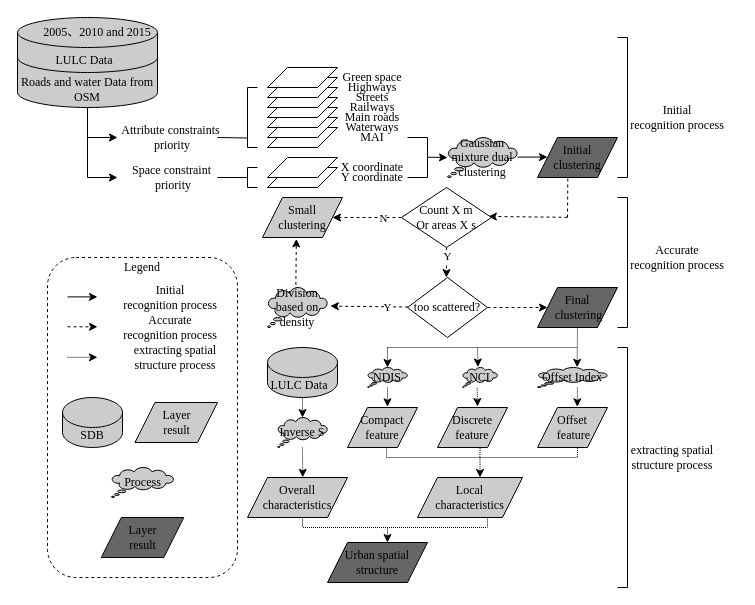
Before: Untitled Diagram.drawio in xiaotongtongxue/flowChar, a draw.io diagram. Source tidied: cells renumbered, new cells numbered last; positions are measured from the earlier drawing's top-left corner, leaving out a move shared by most shapes. Both pictures are drawn from the tidied source at 100%, with x=0, y=0 at pixel (17, 17).
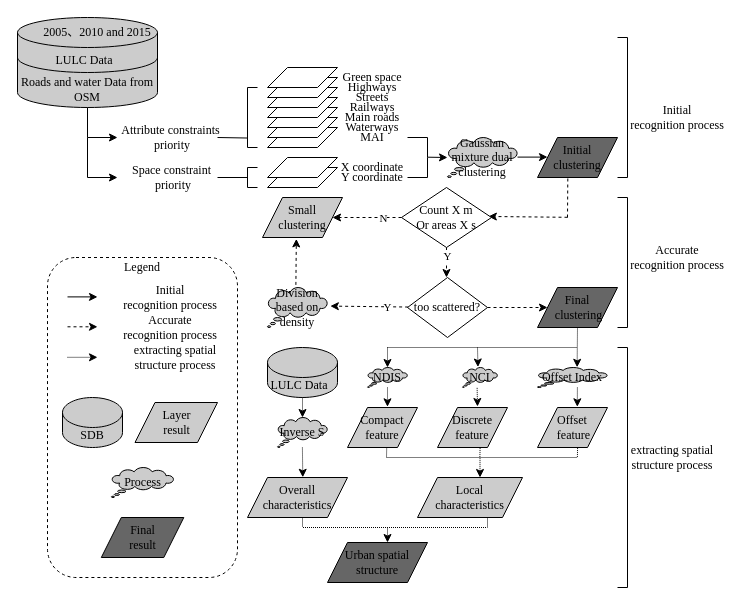
The same page after the edit.

Change to the diagram source:
```diff
@@
-    <mxCell id="93" value="Layer&lt;br&gt;result" style="shape=parallelogram;perimeter=parallelogramPerimeter;whiteSpace=wrap;html=1;fixedSize=1;strokeWidth=1;fontFamily=Times New Roman;fontColor=#000000;fillColor=#666666;" parent="1" vertex="1">
+    <mxCell id="93" value="Final&lt;br&gt;result" style="shape=parallelogram;perimeter=parallelogramPerimeter;whiteSpace=wrap;html=1;fixedSize=1;strokeWidth=1;fontFamily=Times New Roman;fontColor=#000000;fillColor=#666666;" parent="1" vertex="1">
       <mxGeometry x="83.8" y="500" width="82.5" height="40" as="geometry" />
     </mxCell>
```
